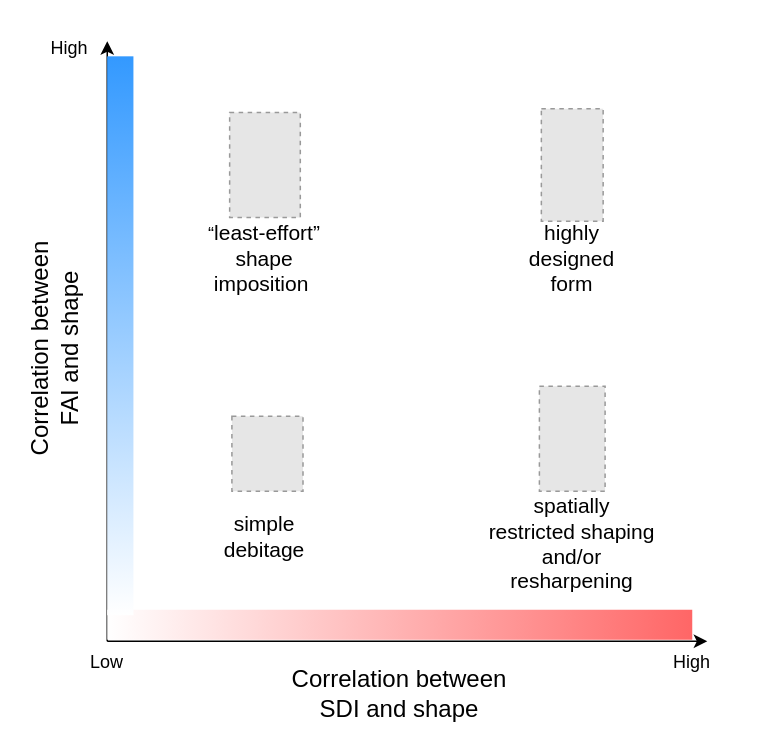
Before: figure/FAI_SDI.drawio in Raylc/gona-imposed-form, a draw.io diagram. Source tidied: cells renumbered, new cells numbered last; positions are measured from the earlier drawing's top-left corner, leaving out a move shared by most shapes. Both pictures are drawn from the tidied source at 150%, with x=0, y=0 at pixel (-160, 26). Pictures stored in the file or linked from it are replaced by grey dashed boxes.
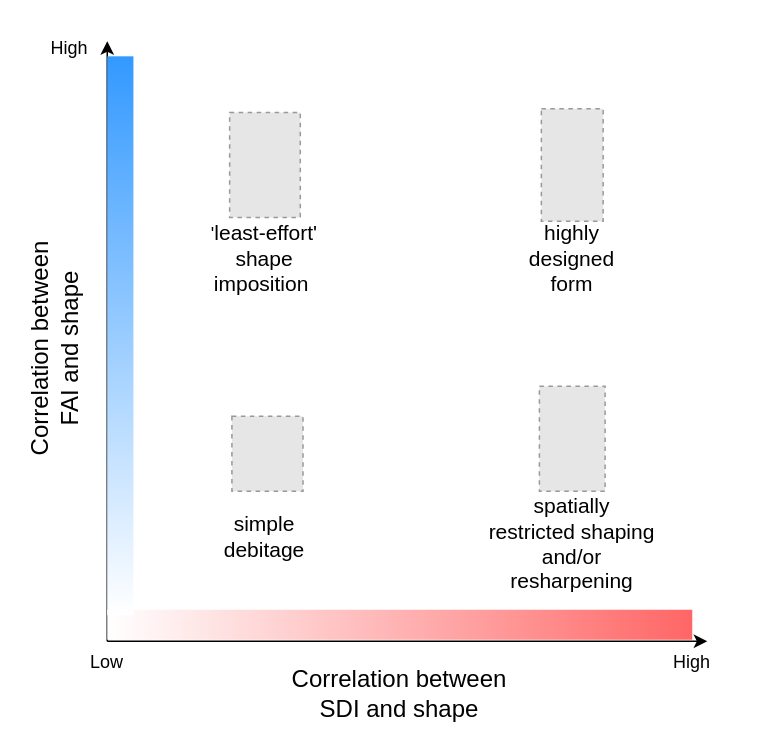
The same diagram, later.

Commit message (it also covers changes not shown here):
new figure testing.

Change to the diagram source:
```diff
@@
-    <mxCell id="9" value="“&lt;font style=&quot;font-size: 14px;&quot;&gt;least-effort”&lt;br&gt;shape imposition&amp;nbsp;&lt;/font&gt;" style="text;html=1;strokeColor=none;fillColor=none;align=center;verticalAlign=middle;whiteSpace=wrap;rounded=0;shadow=0;" parent="1" vertex="1">
+    <mxCell id="9" value="&lt;font style=&quot;&quot;&gt;'&lt;/font&gt;&lt;font style=&quot;font-size: 14px;&quot;&gt;least-effort'&lt;br&gt;shape imposition&amp;nbsp;&lt;/font&gt;" style="text;html=1;strokeColor=none;fillColor=none;align=center;verticalAlign=middle;whiteSpace=wrap;rounded=0;shadow=0;" parent="1" vertex="1">
       <mxGeometry x="243.2" y="140" width="80" height="30" as="geometry" />
     </mxCell>
```
